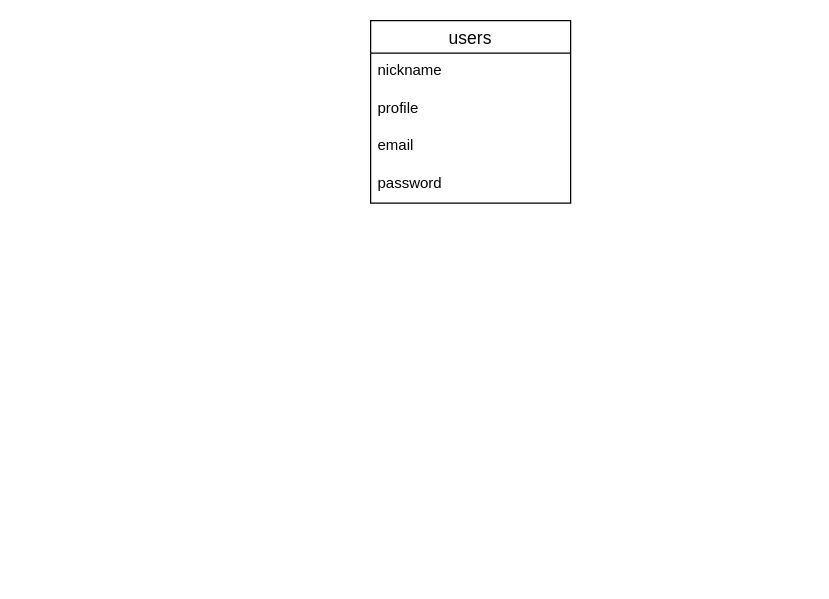
maximumry/f1-paddock-talk keeps this draw.io diagram as f1-paddock-talk.dio. Above is the earlier version. Source tidied: cells renumbered, new cells numbered last; positions are measured from the earlier drawing's top-left corner, leaving out a move shared by most shapes. Both pictures are drawn from the tidied source at 125%, with x=0, y=0 at pixel (370, 20).
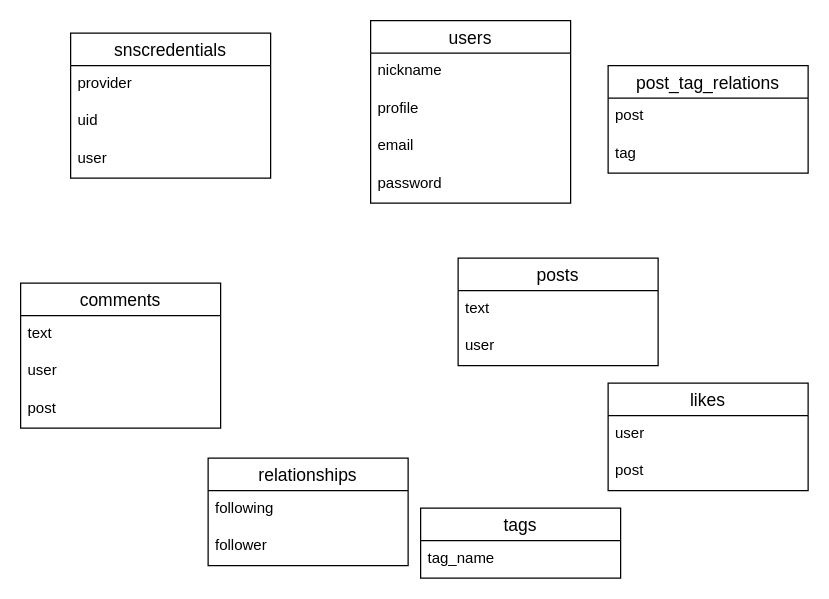
Above is the later version.

Commit message:
データベース設計

What changed in the source:
```diff
@@
+    <mxCell id="7" value="snscredentials" style="swimlane;fontStyle=0;horizontal=1;startSize=26;align=center;fontSize=14;" parent="1" vertex="1">
+      <mxGeometry x="-240" y="10" width="160" height="116" as="geometry" />
+    </mxCell>
+    <mxCell id="8" value="provider" style="text;strokeColor=none;fillColor=none;spacingLeft=4;spacingRight=4;overflow=hidden;fontSize=12;" parent="7" vertex="1">
+      <mxGeometry y="26" width="160" height="30" as="geometry" />
+    </mxCell>
+    <mxCell id="9" value="uid" style="text;strokeColor=none;fillColor=none;spacingLeft=4;spacingRight=4;overflow=hidden;fontSize=12;" parent="7" vertex="1">
+      <mxGeometry y="56" width="160" height="30" as="geometry" />
+    </mxCell>
+    <mxCell id="10" value="user" style="text;strokeColor=none;fillColor=none;spacingLeft=4;spacingRight=4;overflow=hidden;fontSize=12;" parent="7" vertex="1">
+      <mxGeometry y="86" width="160" height="30" as="geometry" />
+    </mxCell>
+    <mxCell id="11" value="posts" style="swimlane;fontStyle=0;horizontal=1;startSize=26;align=center;fontSize=14;" parent="1" vertex="1">
+      <mxGeometry x="70" y="190" width="160" height="86" as="geometry" />
+    </mxCell>
+    <mxCell id="12" value="text" style="text;strokeColor=none;fillColor=none;spacingLeft=4;spacingRight=4;overflow=hidden;fontSize=12;" parent="11" vertex="1">
+      <mxGeometry y="26" width="160" height="30" as="geometry" />
+    </mxCell>
+    <mxCell id="13" value="user" style="text;strokeColor=none;fillColor=none;spacingLeft=4;spacingRight=4;overflow=hidden;fontSize=12;" parent="11" vertex="1">
+      <mxGeometry y="56" width="160" height="30" as="geometry" />
+    </mxCell>
+    <mxCell id="14" value="comments" style="swimlane;fontStyle=0;horizontal=1;startSize=26;align=center;fontSize=14;" parent="1" vertex="1">
+      <mxGeometry x="-280" y="210" width="160" height="116" as="geometry" />
+    </mxCell>
+    <mxCell id="15" value="text" style="text;strokeColor=none;fillColor=none;spacingLeft=4;spacingRight=4;overflow=hidden;fontSize=12;" parent="14" vertex="1">
+      <mxGeometry y="26" width="160" height="30" as="geometry" />
+    </mxCell>
+    <mxCell id="16" value="user" style="text;strokeColor=none;fillColor=none;spacingLeft=4;spacingRight=4;overflow=hidden;fontSize=12;" parent="14" vertex="1">
+      <mxGeometry y="56" width="160" height="30" as="geometry" />
+    </mxCell>
+    <mxCell id="17" value="post" style="text;strokeColor=none;fillColor=none;spacingLeft=4;spacingRight=4;overflow=hidden;fontSize=12;" parent="14" vertex="1">
+      <mxGeometry y="86" width="160" height="30" as="geometry" />
+    </mxCell>
+    <mxCell id="18" value="likes" style="swimlane;fontStyle=0;horizontal=1;startSize=26;align=center;fontSize=14;" parent="1" vertex="1">
+      <mxGeometry x="190" y="290" width="160" height="86" as="geometry" />
+    </mxCell>
+    <mxCell id="19" value="user" style="text;strokeColor=none;fillColor=none;spacingLeft=4;spacingRight=4;overflow=hidden;fontSize=12;" parent="18" vertex="1">
+      <mxGeometry y="26" width="160" height="30" as="geometry" />
+    </mxCell>
+    <mxCell id="20" value="post" style="text;strokeColor=none;fillColor=none;spacingLeft=4;spacingRight=4;overflow=hidden;fontSize=12;" parent="18" vertex="1">
+      <mxGeometry y="56" width="160" height="30" as="geometry" />
+    </mxCell>
+    <mxCell id="21" value="relationships" style="swimlane;fontStyle=0;horizontal=1;startSize=26;align=center;fontSize=14;" parent="1" vertex="1">
+      <mxGeometry x="-130" y="350" width="160" height="86" as="geometry" />
+    </mxCell>
+    <mxCell id="22" value="following" style="text;strokeColor=none;fillColor=none;spacingLeft=4;spacingRight=4;overflow=hidden;fontSize=12;" parent="21" vertex="1">
+      <mxGeometry y="26" width="160" height="30" as="geometry" />
+    </mxCell>
+    <mxCell id="23" value="follower" style="text;strokeColor=none;fillColor=none;spacingLeft=4;spacingRight=4;overflow=hidden;fontSize=12;" parent="21" vertex="1">
+      <mxGeometry y="56" width="160" height="30" as="geometry" />
+    </mxCell>
+    <mxCell id="24" value="tags" style="swimlane;fontStyle=0;horizontal=1;startSize=26;align=center;fontSize=14;" parent="1" vertex="1">
+      <mxGeometry x="40" y="390" width="160" height="56" as="geometry" />
+    </mxCell>
+    <mxCell id="25" value="tag_name" style="text;strokeColor=none;fillColor=none;spacingLeft=4;spacingRight=4;overflow=hidden;fontSize=12;" parent="24" vertex="1">
+      <mxGeometry y="26" width="160" height="30" as="geometry" />
+    </mxCell>
+    <mxCell id="26" value="post_tag_relations" style="swimlane;fontStyle=0;horizontal=1;startSize=26;align=center;fontSize=14;" parent="1" vertex="1">
+      <mxGeometry x="190" y="36" width="160" height="86" as="geometry" />
+    </mxCell>
+    <mxCell id="27" value="post" style="text;strokeColor=none;fillColor=none;spacingLeft=4;spacingRight=4;overflow=hidden;fontSize=12;" parent="26" vertex="1">
+      <mxGeometry y="26" width="160" height="30" as="geometry" />
+    </mxCell>
+    <mxCell id="28" value="tag" style="text;strokeColor=none;fillColor=none;spacingLeft=4;spacingRight=4;overflow=hidden;fontSize=12;" parent="26" vertex="1">
+      <mxGeometry y="56" width="160" height="30" as="geometry" />
+    </mxCell>
```
